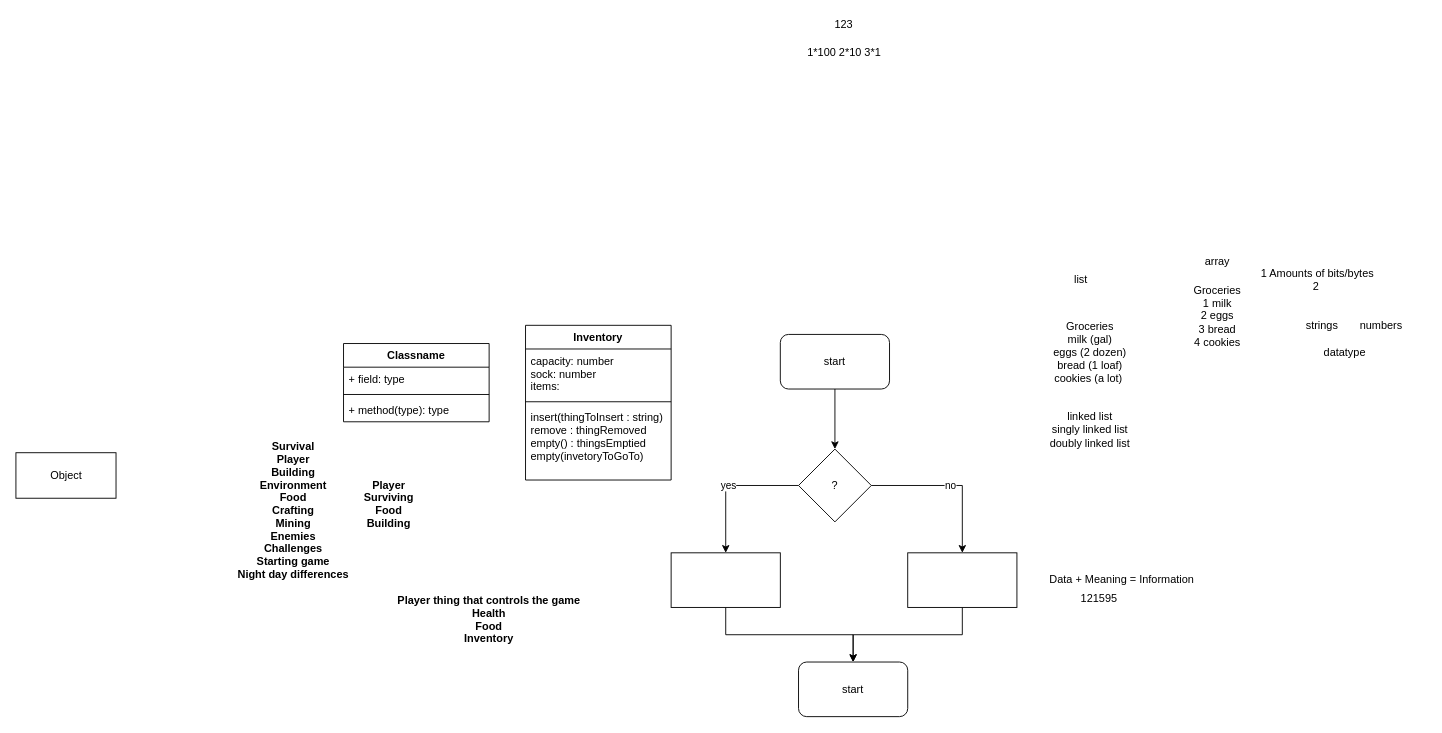
Before: Untitled Diagram.drawio in atimmer1/First-CSCS-1240, a draw.io diagram. Source tidied: cells renumbered, new cells numbered last; positions are measured from the earlier drawing's top-left corner, leaving out a move shared by most shapes. Both pictures are drawn from the tidied source at 91%, with x=0, y=0 at pixel (15, 15).
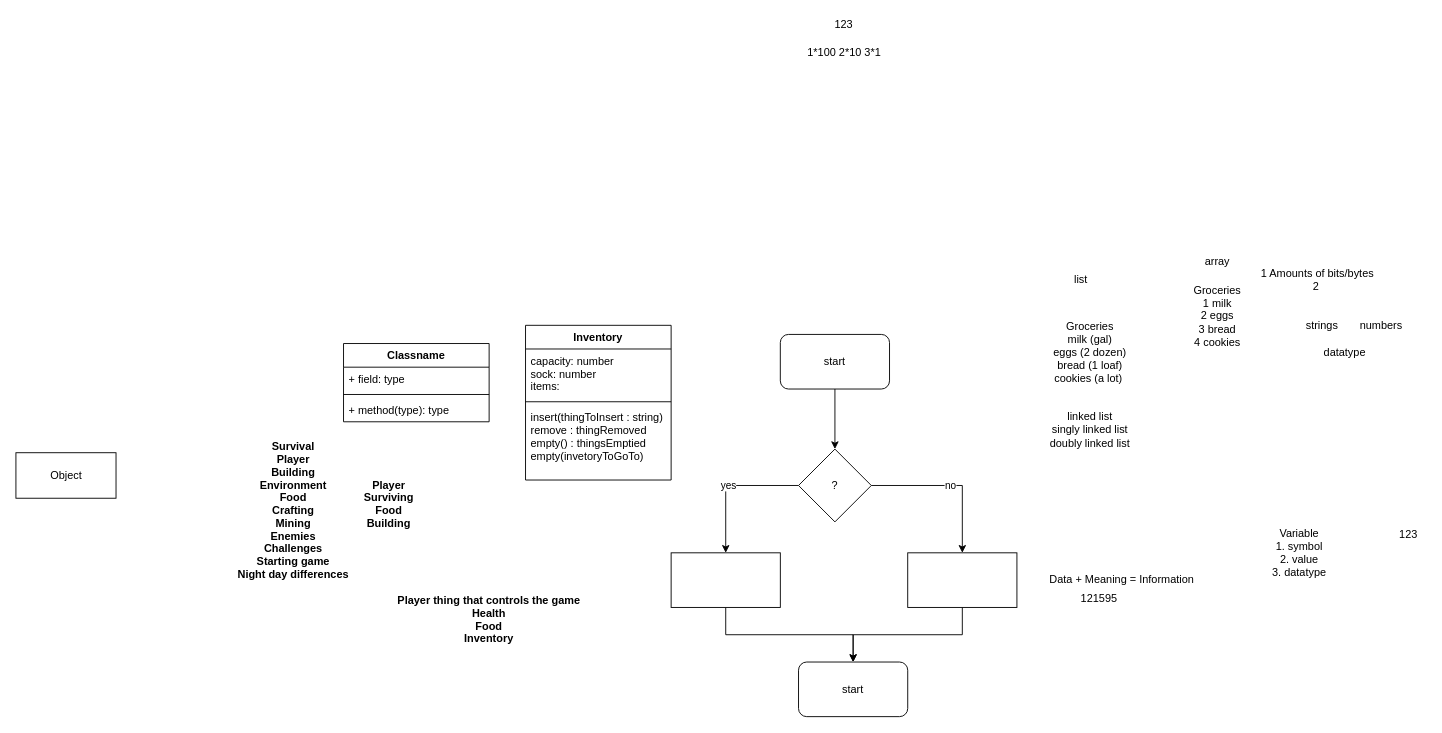
The same page after the edit.

Diff of the diagram source:
```diff
@@
+    <mxCell id="37" value="&lt;div&gt;Variable&lt;/div&gt;&lt;div&gt;1. symbol &lt;br&gt;&lt;/div&gt;&lt;div&gt;2. value&lt;/div&gt;&lt;div&gt;3. datatype&lt;br&gt;&lt;/div&gt;" style="text;html=1;align=center;verticalAlign=middle;" parent="1" vertex="1">
+      <mxGeometry x="1375" y="560" width="70" height="60" as="geometry" />
+    </mxCell>
+    <mxCell id="38" value="123" style="text;html=1;align=center;verticalAlign=middle;" parent="1" vertex="1">
+      <mxGeometry x="1510" y="560" width="40" height="20" as="geometry" />
+    </mxCell>
```
